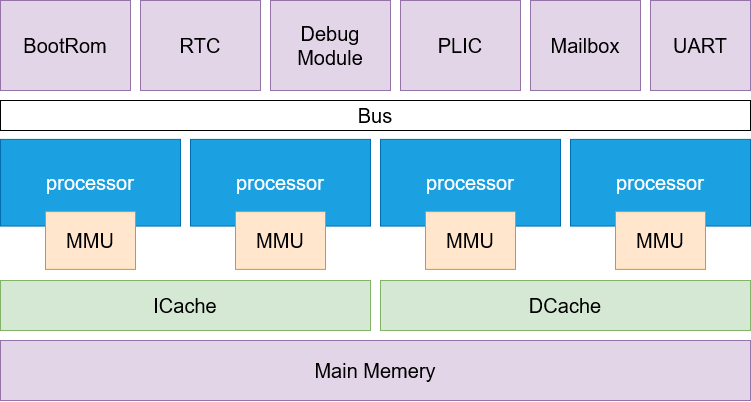
The draw.io diagram pic/spike.drawio.png in toughpig/paper, before a commit. Source tidied: cells renumbered, new cells last; positions are measured from the earlier drawing's top-left corner, leaving out a move shared by most shapes.
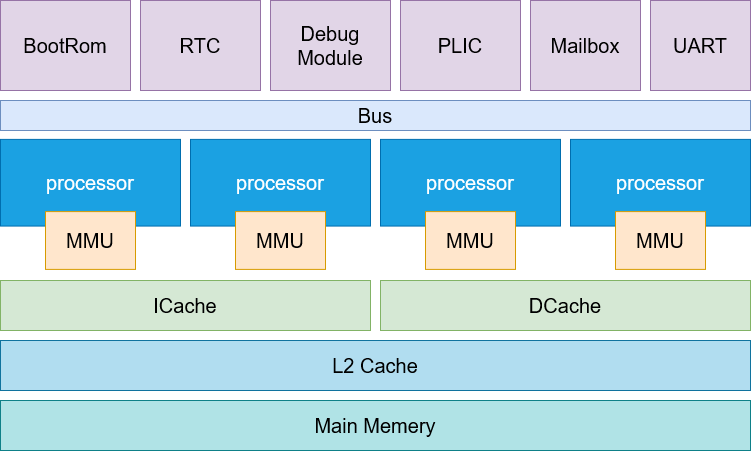
Above is the later version.

Change to the diagram source:
```diff
@@ -2,8 +2,8 @@
   <root>
     <mxCell id="0" />
     <mxCell id="1" parent="0" />
-    <mxCell id="2" value="Main Memery" style="rounded=0;whiteSpace=wrap;html=1;fillColor=#e1d5e7;strokeColor=#9673a6;fontSize=20;" parent="1" vertex="1">
-      <mxGeometry y="340" width="750" height="60" as="geometry" />
+    <mxCell id="2" value="Main Memery" style="rounded=0;whiteSpace=wrap;html=1;fillColor=#b0e3e6;strokeColor=#0e8088;fontSize=20;" parent="1" vertex="1">
+      <mxGeometry y="400" width="750" height="50" as="geometry" />
     </mxCell>
     <mxCell id="3" value="Mailbox" style="rounded=0;whiteSpace=wrap;html=1;fillColor=#e1d5e7;strokeColor=#9673a6;fontSize=20;" parent="1" vertex="1">
       <mxGeometry x="530" width="110" height="90" as="geometry" />
@@ -65,8 +65,11 @@
     <mxCell id="22" value="MMU" style="rounded=0;whiteSpace=wrap;html=1;fillColor=#ffe6cc;strokeColor=#d79b00;fontSize=20;" parent="20" vertex="1">
       <mxGeometry x="45" y="101.1" width="90" height="57.8" as="geometry" />
     </mxCell>
-    <mxCell id="23" value="Bus" style="rounded=0;whiteSpace=wrap;html=1;fontSize=20;" parent="1" vertex="1">
+    <mxCell id="23" value="Bus" style="rounded=0;whiteSpace=wrap;html=1;fontSize=20;fillColor=#dae8fc;strokeColor=#6c8ebf;" parent="1" vertex="1">
       <mxGeometry y="100" width="750" height="30" as="geometry" />
     </mxCell>
+    <mxCell id="24" value="L2 Cache" style="rounded=0;whiteSpace=wrap;html=1;fillColor=#b1ddf0;strokeColor=#10739e;fontSize=20;" parent="1" vertex="1">
+      <mxGeometry y="340" width="750" height="50" as="geometry" />
+    </mxCell>
   </root>
 </mxGraphModel>
```
